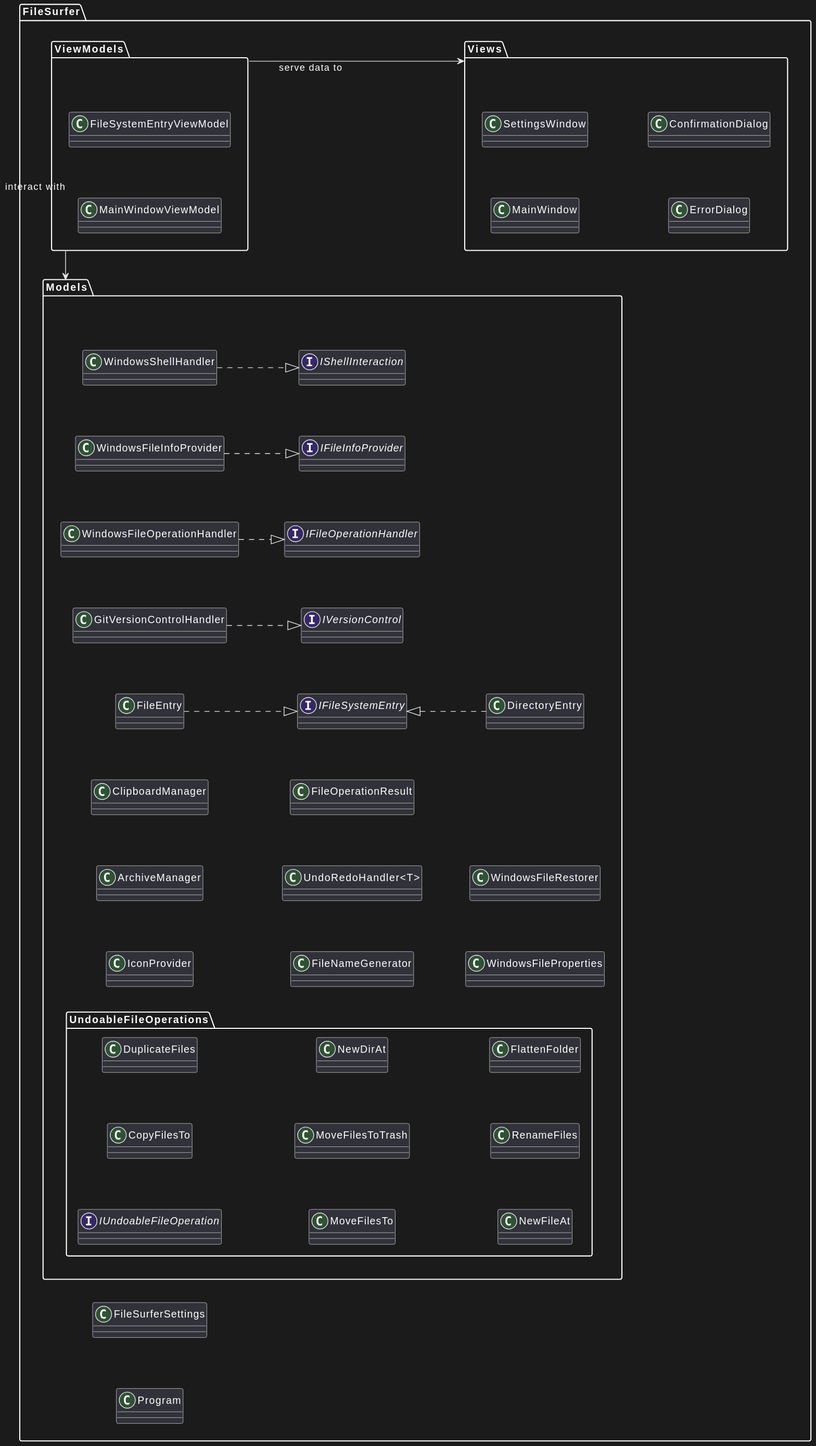
JANECEA/FileSurfer keeps this PlantUML diagram as docs/ProgrammingDocumentation/assets/class-composition.svg. Above is the earlier version.
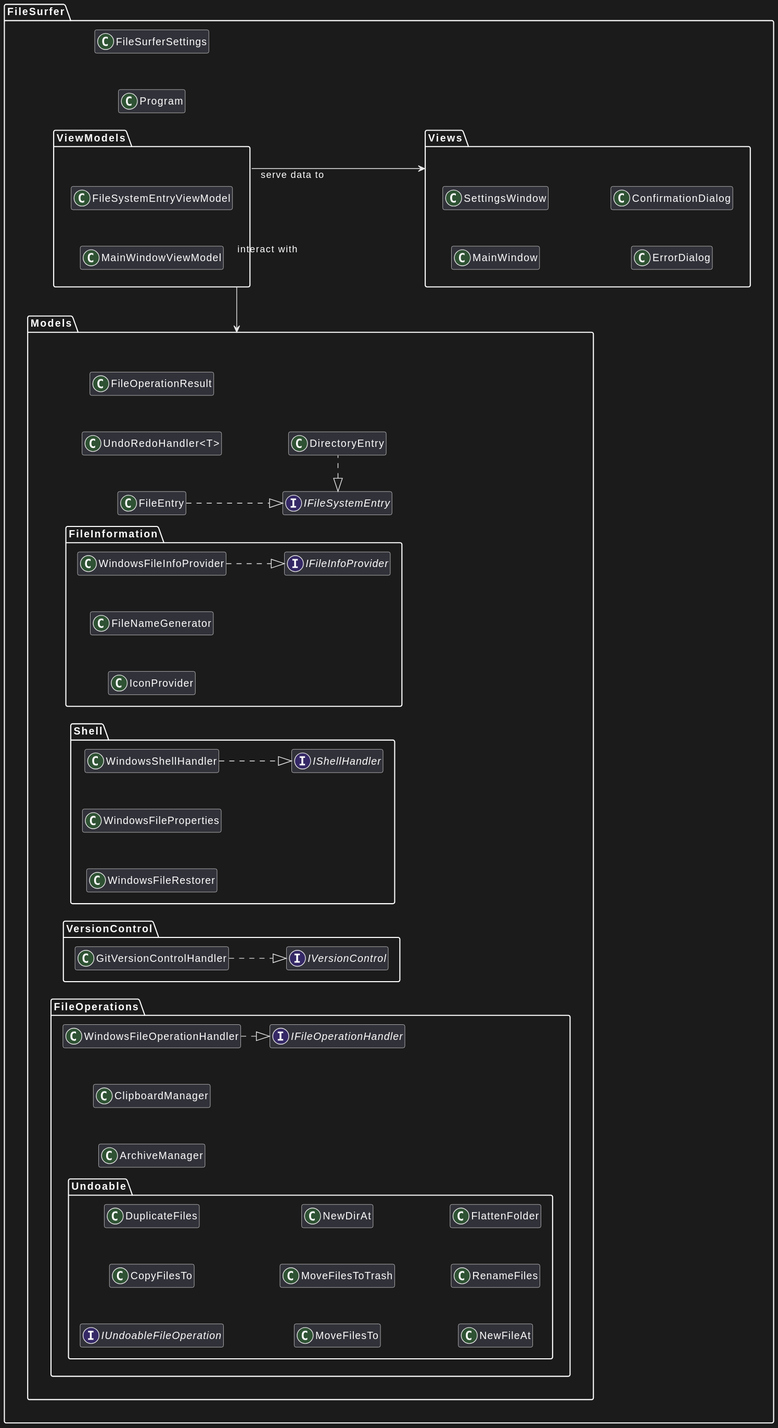
Later version of the same file.

Diff of the diagram source:
```diff
@@ -1,48 +1,60 @@
 @startuml
 left to right direction
-skinparam nodesep 70
 skinparam linetype ortho
+skinparam nodesep 50
+skinparam ranksep 40
+hide empty members
 
 
 namespace FileSurfer {
-    together {
-        class Program
-        class FileSurferSettings
-    }
+    class Program
+    class FileSurferSettings
 }
 
 namespace FileSurfer.Models {
-    interface IFileOperationHandler
-    interface IFileInfoProvider
-    interface IVersionControl
-    interface IShellInteraction
     interface IFileSystemEntry
     class FileEntry
     class DirectoryEntry
-    class IconProvider
-    class ArchiveManager
-    class ClipboardManager
-    class FileNameGenerator
-    class GitVersionControlHandler
     class "UndoRedoHandler<T>"
     class FileOperationResult
-    class WindowsFileOperationHandler
-    class WindowsFileProperties
-    class WindowsFileInfoProvider
-    class WindowsFileRestorer
-    class WindowsShellHandler
-}
 
-namespace FileSurfer.Models.UndoableFileOperations {
-    interface IUndoableFileOperation
-    class CopyFilesTo
-    class DuplicateFiles
-    class MoveFilesTo
-    class MoveFilesToTrash
-    class NewDirAt
-    class NewFileAt
-    class RenameFiles
-    class FlattenFolder
+    namespace FileOperations {
+	interface IFileOperationHandler
+	class ArchiveManager
+	class ClipboardManager
+	class WindowsFileOperationHandler
+
+	namespace Undoable {
+	    interface IUndoableFileOperation
+	    class CopyFilesTo
+	    class DuplicateFiles
+	    class MoveFilesTo
+	    class MoveFilesToTrash
+	    class NewDirAt
+	    class NewFileAt
+	    class RenameFiles
+	    class FlattenFolder
+	}
+    }
+
+    namespace VersionControl {
+	interface IVersionControl
+	class GitVersionControlHandler
+    }
+
+    namespace Shell {
+	class WindowsFileRestorer
+	class WindowsFileProperties
+	interface IShellHandler
+	class WindowsShellHandler
+    }
+
+    namespace FileInformation {
+	interface IFileInfoProvider
+	class IconProvider
+	class FileNameGenerator
+	class WindowsFileInfoProvider
+    }
 }
 
 namespace FileSurfer.ViewModels {
@@ -61,11 +73,11 @@
 FileSurfer.ViewModels -r-> FileSurfer.Models : interact with
 FileSurfer.ViewModels -d--> FileSurfer.Views : serve data to
 
-FileSurfer.Models.WindowsShellHandler ..|> FileSurfer.Models.IShellInteraction
-FileSurfer.Models.WindowsFileInfoProvider ..|> FileSurfer.Models.IFileInfoProvider
-FileSurfer.Models.GitVersionControlHandler ..|> FileSurfer.Models.IVersionControl
-FileSurfer.Models.WindowsFileOperationHandler ..|> FileSurfer.Models.IFileOperationHandler
+FileSurfer.Models.Shell.WindowsShellHandler ..|> FileSurfer.Models.Shell.IShellHandler
+FileSurfer.Models.FileInformation.WindowsFileInfoProvider ..|> FileSurfer.Models.FileInformation.IFileInfoProvider
+FileSurfer.Models.VersionControl.GitVersionControlHandler ..|> FileSurfer.Models.VersionControl.IVersionControl
+FileSurfer.Models.FileOperations.WindowsFileOperationHandler ..|> FileSurfer.Models.FileOperations.IFileOperationHandler
 
 FileSurfer.Models.FileEntry ..d|> FileSurfer.Models.IFileSystemEntry
-FileSurfer.Models.DirectoryEntry ..u|> FileSurfer.Models.IFileSystemEntry
+FileSurfer.Models.DirectoryEntry ..l|> FileSurfer.Models.IFileSystemEntry
 @enduml
```
